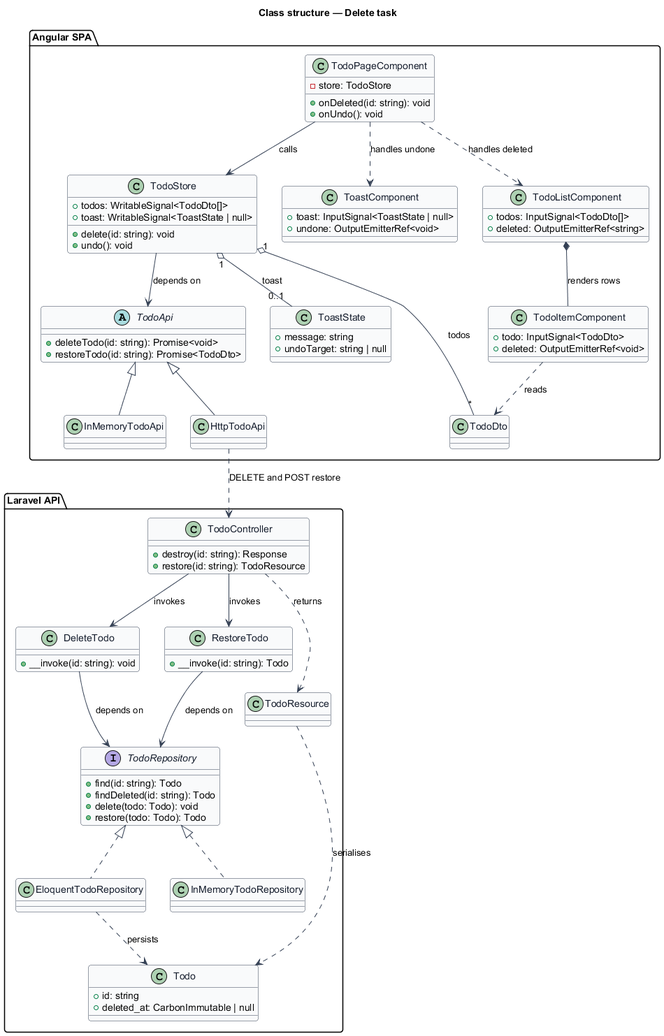
Above: docs/detailed-designs/task-removal/delete-task/diagrams/class-structure.png in QuinntyneBrown/php-todo-lab (PlantUML), before the change. Source of this version:
```plantuml
@startuml
skinparam backgroundColor #FFFFFF
skinparam shadowing false
skinparam roundcorner 8
skinparam defaultFontName Arial
skinparam ArrowColor #344054
skinparam class {
  BorderColor #344054
  FontColor #101828
  BackgroundColor #F9FAFB
}
title Class structure — Delete task

package "Angular SPA" {
  class TodoItemComponent {
    +todo: InputSignal<TodoDto>
    +deleted: OutputEmitterRef<void>
  }
  class TodoListComponent {
    +todos: InputSignal<TodoDto[]>
    +deleted: OutputEmitterRef<string>
  }
  class ToastComponent {
    +toast: InputSignal<ToastState | null>
    +undone: OutputEmitterRef<void>
  }
  class TodoPageComponent {
    -store: TodoStore
    +onDeleted(id: string): void
    +onUndo(): void
  }
  class TodoStore {
    +todos: WritableSignal<TodoDto[]>
    +toast: WritableSignal<ToastState | null>
    +delete(id: string): void
    +undo(): void
  }
  class ToastState {
    +message: string
    +undoTarget: string | null
  }
  abstract class TodoApi {
    +deleteTodo(id: string): Promise<void>
    +restoreTodo(id: string): Promise<TodoDto>
  }
  class HttpTodoApi
  class InMemoryTodoApi
  class TodoDto
}

package "Laravel API" {
  class TodoController {
    +destroy(id: string): Response
    +restore(id: string): TodoResource
  }
  class DeleteTodo {
    +__invoke(id: string): void
  }
  class RestoreTodo {
    +__invoke(id: string): Todo
  }
  interface TodoRepository {
    +find(id: string): Todo
    +findDeleted(id: string): Todo
    +delete(todo: Todo): void
    +restore(todo: Todo): Todo
  }
  class EloquentTodoRepository
  class InMemoryTodoRepository
  class Todo {
    +id: string
    +deleted_at: CarbonImmutable | null
  }
  class TodoResource
}

TodoItemComponent ..> TodoDto : reads
TodoListComponent *-- TodoItemComponent : renders rows
TodoPageComponent --> TodoStore : calls
TodoPageComponent ..> TodoListComponent : handles deleted
TodoPageComponent ..> ToastComponent : handles undone
TodoStore --> TodoApi : depends on
TodoStore "1" o-- "*" TodoDto : todos
TodoStore "1" o-- "0..1" ToastState : toast
TodoApi <|-- HttpTodoApi
TodoApi <|-- InMemoryTodoApi
HttpTodoApi ..> TodoController : DELETE and POST restore

TodoController --> DeleteTodo : invokes
TodoController --> RestoreTodo : invokes
TodoController ..> TodoResource : returns
DeleteTodo --> TodoRepository : depends on
RestoreTodo --> TodoRepository : depends on
TodoRepository <|.. EloquentTodoRepository
TodoRepository <|.. InMemoryTodoRepository
EloquentTodoRepository ..> Todo : persists
TodoResource ..> Todo : serialises
@enduml
```
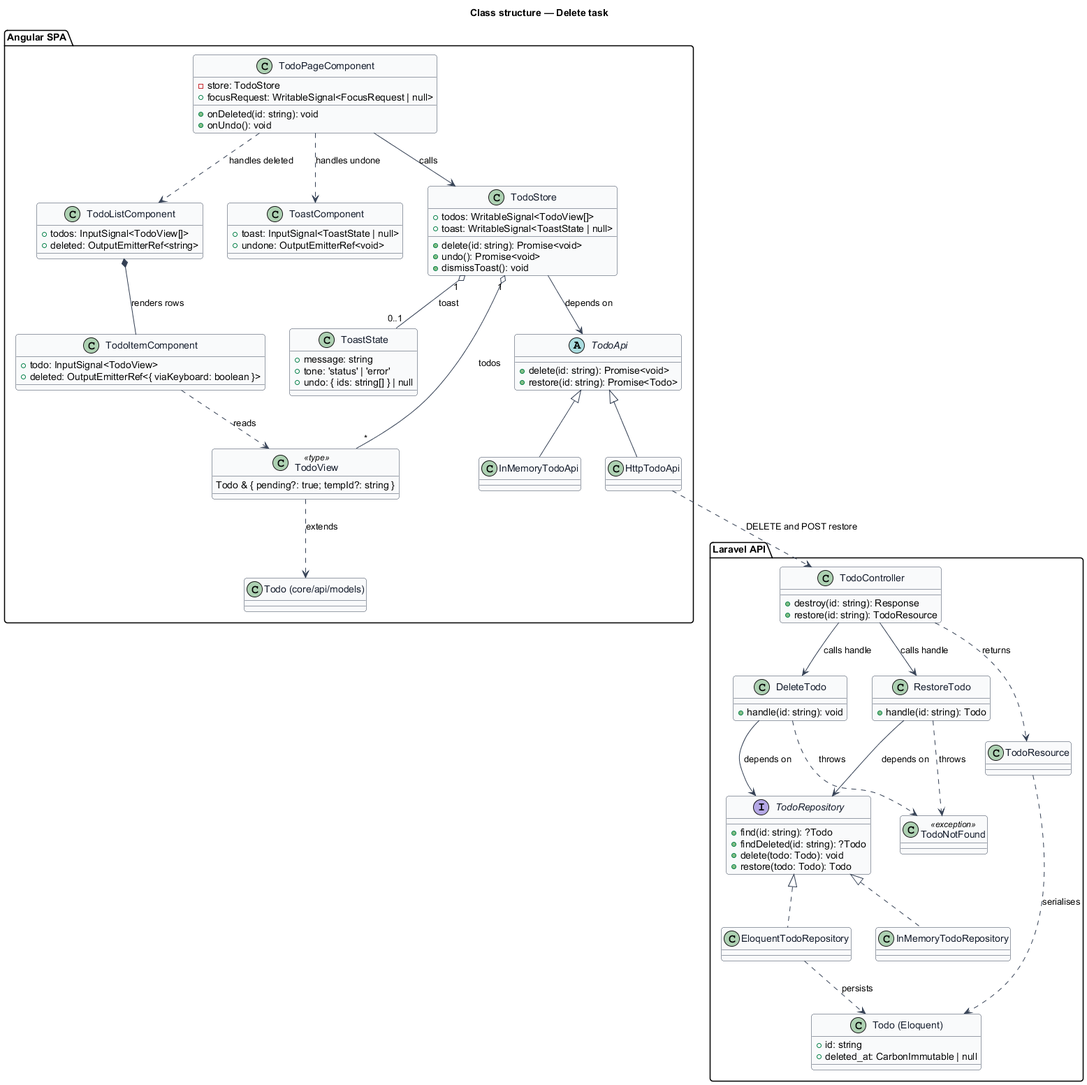
Later version of the same file.

Change to the diagram source:
```diff
@@ -13,11 +13,11 @@
 
 package "Angular SPA" {
   class TodoItemComponent {
-    +todo: InputSignal<TodoDto>
-    +deleted: OutputEmitterRef<void>
+    +todo: InputSignal<TodoView>
+    +deleted: OutputEmitterRef<{ viaKeyboard: boolean }>
   }
   class TodoListComponent {
-    +todos: InputSignal<TodoDto[]>
+    +todos: InputSignal<TodoView[]>
     +deleted: OutputEmitterRef<string>
   }
   class ToastComponent {
@@ -28,24 +28,30 @@
     -store: TodoStore
     +onDeleted(id: string): void
     +onUndo(): void
+    +focusRequest: WritableSignal<FocusRequest | null>
   }
   class TodoStore {
-    +todos: WritableSignal<TodoDto[]>
+    +todos: WritableSignal<TodoView[]>
     +toast: WritableSignal<ToastState | null>
-    +delete(id: string): void
-    +undo(): void
+    +delete(id: string): Promise<void>
+    +undo(): Promise<void>
+    +dismissToast(): void
   }
   class ToastState {
     +message: string
-    +undoTarget: string | null
+    +tone: 'status' | 'error'
+    +undo: { ids: string[] } | null
   }
   abstract class TodoApi {
-    +deleteTodo(id: string): Promise<void>
-    +restoreTodo(id: string): Promise<TodoDto>
+    +delete(id: string): Promise<void>
+    +restore(id: string): Promise<Todo>
   }
   class HttpTodoApi
   class InMemoryTodoApi
-  class TodoDto
+  class "Todo (core/api/models)" as Todo
+  class TodoView <<type>> {
+    Todo & { pending?: true; tempId?: string }
+  }
 }
 
 package "Laravel API" {
@@ -54,45 +60,49 @@
     +restore(id: string): TodoResource
   }
   class DeleteTodo {
-    +__invoke(id: string): void
+    +handle(id: string): void
   }
   class RestoreTodo {
-    +__invoke(id: string): Todo
+    +handle(id: string): Todo
   }
   interface TodoRepository {
-    +find(id: string): Todo
-    +findDeleted(id: string): Todo
+    +find(id: string): ?Todo
+    +findDeleted(id: string): ?Todo
     +delete(todo: Todo): void
     +restore(todo: Todo): Todo
   }
   class EloquentTodoRepository
   class InMemoryTodoRepository
-  class Todo {
+  class "Todo (Eloquent)" as TodoModel {
     +id: string
     +deleted_at: CarbonImmutable | null
   }
   class TodoResource
+  class TodoNotFound <<exception>>
 }
 
-TodoItemComponent ..> TodoDto : reads
+TodoItemComponent ..> TodoView : reads
 TodoListComponent *-- TodoItemComponent : renders rows
 TodoPageComponent --> TodoStore : calls
 TodoPageComponent ..> TodoListComponent : handles deleted
 TodoPageComponent ..> ToastComponent : handles undone
 TodoStore --> TodoApi : depends on
-TodoStore "1" o-- "*" TodoDto : todos
+TodoStore "1" o-- "*" TodoView : todos
+TodoView ..> Todo : extends
 TodoStore "1" o-- "0..1" ToastState : toast
 TodoApi <|-- HttpTodoApi
 TodoApi <|-- InMemoryTodoApi
 HttpTodoApi ..> TodoController : DELETE and POST restore
 
-TodoController --> DeleteTodo : invokes
-TodoController --> RestoreTodo : invokes
+TodoController --> DeleteTodo : calls handle
+TodoController --> RestoreTodo : calls handle
 TodoController ..> TodoResource : returns
 DeleteTodo --> TodoRepository : depends on
 RestoreTodo --> TodoRepository : depends on
 TodoRepository <|.. EloquentTodoRepository
 TodoRepository <|.. InMemoryTodoRepository
-EloquentTodoRepository ..> Todo : persists
-TodoResource ..> Todo : serialises
+EloquentTodoRepository ..> TodoModel : persists
+DeleteTodo ..> TodoNotFound : throws
+RestoreTodo ..> TodoNotFound : throws
+TodoResource ..> TodoModel : serialises
 @enduml
```
